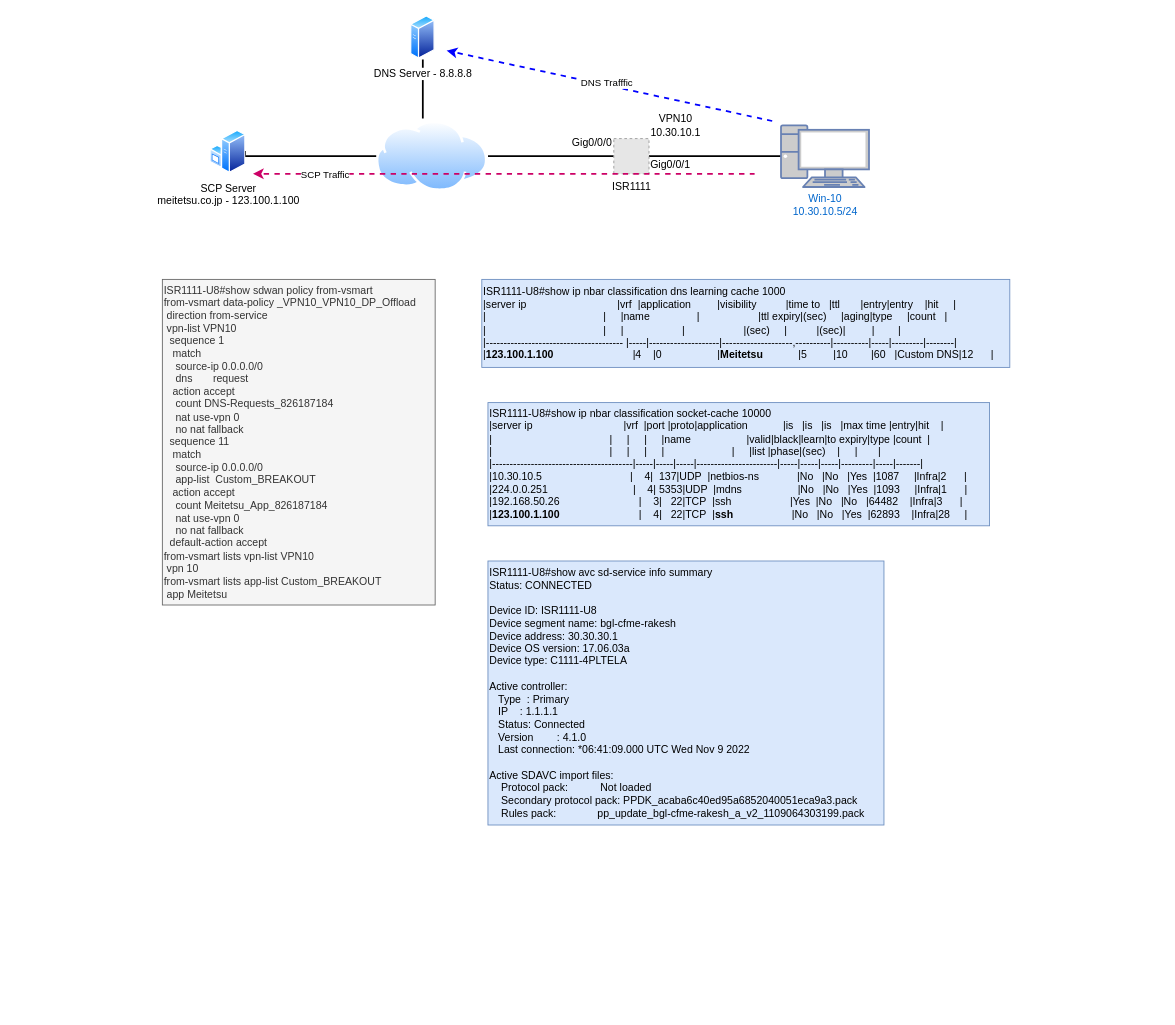
rakeshchhikara/network-automation keeps this draw.io diagram as DIA topology LAB.drawio. Above is the earlier version. Source tidied: cells renumbered, new cells numbered last; positions are measured from the earlier drawing's top-left corner, leaving out a move shared by most shapes. Both pictures are drawn from the tidied source at 88%, with x=0, y=0 at pixel (162, 15). Pictures stored in the file or linked from it are replaced by grey dashed boxes.
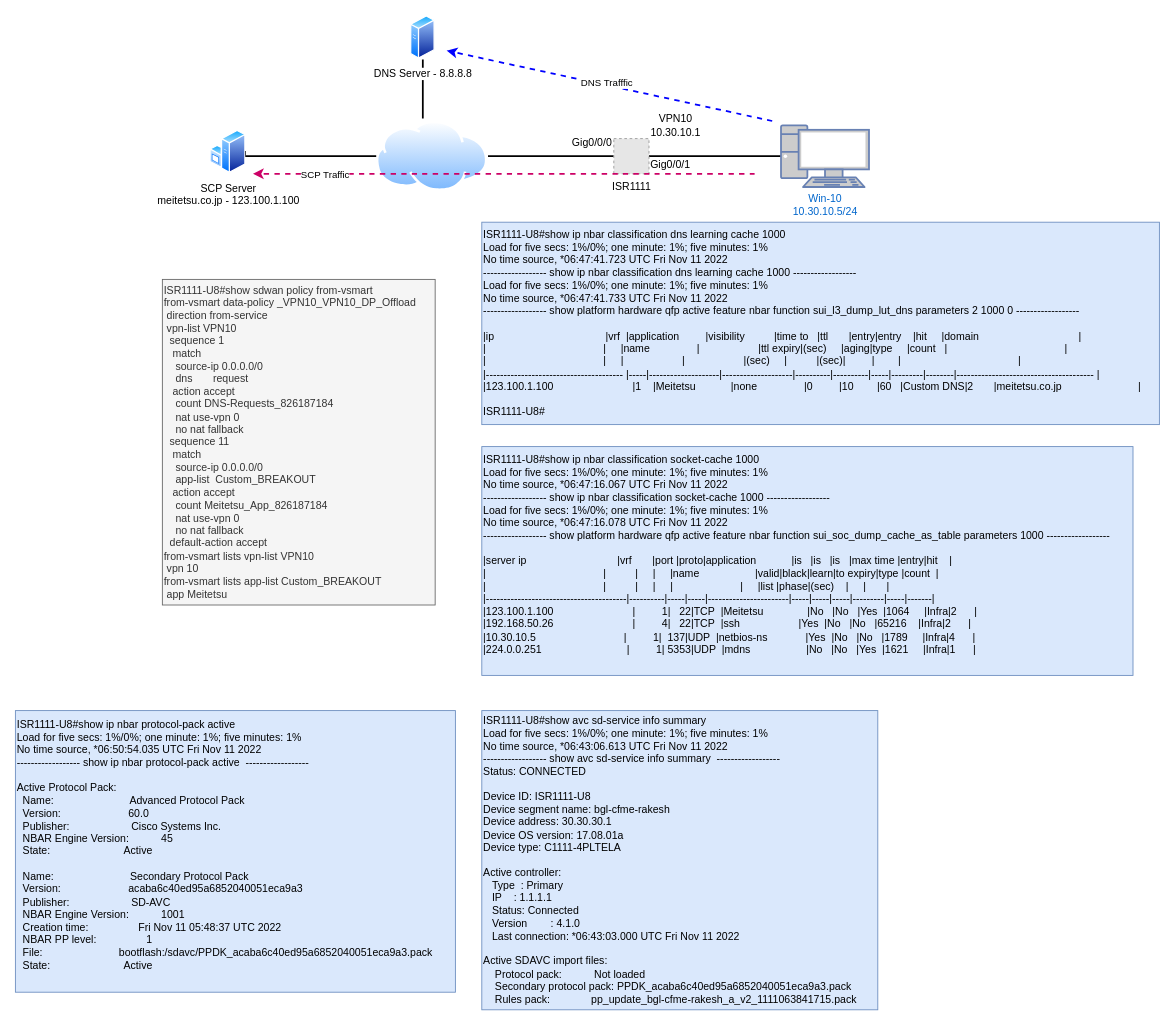
After the change.

What changed in the source:
```diff
@@
-    <mxCell id="20" value="&lt;div&gt;ISR1111-U8#show ip nbar classification dns learning cache 1000&lt;/div&gt;&lt;div&gt;|server ip&amp;nbsp; &amp;nbsp; &amp;nbsp; &amp;nbsp; &amp;nbsp; &amp;nbsp; &amp;nbsp; &amp;nbsp; &amp;nbsp; &amp;nbsp; &amp;nbsp; &amp;nbsp; &amp;nbsp; &amp;nbsp; &amp;nbsp; &amp;nbsp;|vrf&amp;nbsp; |application&amp;nbsp; &amp;nbsp; &amp;nbsp; &amp;nbsp; &amp;nbsp;|visibility&amp;nbsp; &amp;nbsp; &amp;nbsp; &amp;nbsp; &amp;nbsp; |time to&amp;nbsp; &amp;nbsp;|ttl&amp;nbsp; &amp;nbsp; &amp;nbsp; &amp;nbsp;|entry|entry&amp;nbsp; &amp;nbsp; |hit&amp;nbsp; &amp;nbsp; &amp;nbsp;|&lt;/div&gt;&lt;div&gt;|&amp;nbsp; &amp;nbsp; &amp;nbsp; &amp;nbsp; &amp;nbsp; &amp;nbsp; &amp;nbsp; &amp;nbsp; &amp;nbsp; &amp;nbsp; &amp;nbsp; &amp;nbsp; &amp;nbsp; &amp;nbsp; &amp;nbsp; &amp;nbsp; &amp;nbsp; &amp;nbsp; &amp;nbsp; &amp;nbsp; |&amp;nbsp; &amp;nbsp; &amp;nbsp;|name&amp;nbsp; &amp;nbsp; &amp;nbsp; &amp;nbsp; &amp;nbsp; &amp;nbsp; &amp;nbsp; &amp;nbsp; |&amp;nbsp; &amp;nbsp; &amp;nbsp; &amp;nbsp; &amp;nbsp; &amp;nbsp; &amp;nbsp; &amp;nbsp; &amp;nbsp; &amp;nbsp; |ttl expiry|(sec)&amp;nbsp; &amp;nbsp; &amp;nbsp;|aging|type&amp;nbsp; &amp;nbsp; &amp;nbsp;|count&amp;nbsp; &amp;nbsp;|&lt;/div&gt;&lt;div&gt;|&amp;nbsp; &amp;nbsp; &amp;nbsp; &amp;nbsp; &amp;nbsp; &amp;nbsp; &amp;nbsp; &amp;nbsp; &amp;nbsp; &amp;nbsp; &amp;nbsp; &amp;nbsp; &amp;nbsp; &amp;nbsp; &amp;nbsp; &amp;nbsp; &amp;nbsp; &amp;nbsp; &amp;nbsp; &amp;nbsp; |&amp;nbsp; &amp;nbsp; &amp;nbsp;|&amp;nbsp; &amp;nbsp; &amp;nbsp; &amp;nbsp; &amp;nbsp; &amp;nbsp; &amp;nbsp; &amp;nbsp; &amp;nbsp; &amp;nbsp; |&amp;nbsp; &amp;nbsp; &amp;nbsp; &amp;nbsp; &amp;nbsp; &amp;nbsp; &amp;nbsp; &amp;nbsp; &amp;nbsp; &amp;nbsp; |(sec)&amp;nbsp; &amp;nbsp; &amp;nbsp;|&amp;nbsp; &amp;nbsp; &amp;nbsp; &amp;nbsp; &amp;nbsp; |(sec)|&amp;nbsp; &amp;nbsp; &amp;nbsp; &amp;nbsp; &amp;nbsp;|&amp;nbsp; &amp;nbsp; &amp;nbsp; &amp;nbsp; |&lt;/div&gt;&lt;div&gt;|--------------------------------------- |-----|--------------------|--------------------,----------|----------|-----|---------|--------|&lt;/div&gt;&lt;div&gt;|&lt;b&gt;123.100.1.100&lt;/b&gt;&amp;nbsp; &amp;nbsp; &amp;nbsp; &amp;nbsp; &amp;nbsp; &amp;nbsp; &amp;nbsp; &amp;nbsp; &amp;nbsp; &amp;nbsp; &amp;nbsp; &amp;nbsp; &amp;nbsp; &amp;nbsp;|4&amp;nbsp; &amp;nbsp; |0&amp;nbsp; &amp;nbsp; &amp;nbsp; &amp;nbsp; &amp;nbsp; &amp;nbsp; &amp;nbsp; &amp;nbsp; &amp;nbsp; &amp;nbsp;|&lt;b&gt;Meitetsu&lt;/b&gt;&amp;nbsp; &amp;nbsp; &amp;nbsp; &amp;nbsp; &amp;nbsp; &amp;nbsp; |5&amp;nbsp; &amp;nbsp; &amp;nbsp; &amp;nbsp; &amp;nbsp;|10&amp;nbsp; &amp;nbsp; &amp;nbsp; &amp;nbsp; |60&amp;nbsp; &amp;nbsp;|Custom DNS|12&amp;nbsp; &amp;nbsp; &amp;nbsp; |&lt;/div&gt;" style="text;html=1;align=left;verticalAlign=middle;strokeColor=#6c8ebf;fillColor=#dae8fc;" parent="1" vertex="1">
-      <mxGeometry x="363" y="300" width="600" height="100" as="geometry" />
+    <mxCell id="20" value="&lt;div&gt;ISR1111-U8#show ip nbar classification dns learning cache 1000&lt;/div&gt;&lt;div&gt;Load for five secs: 1%/0%; one minute: 1%; five minutes: 1%&lt;/div&gt;&lt;div&gt;No time source, *06:47:41.723 UTC Fri Nov 11 2022&lt;/div&gt;&lt;div&gt;------------------ show ip nbar classification dns learning cache 1000 ------------------&lt;/div&gt;&lt;div&gt;Load for five secs: 1%/0%; one minute: 1%; five minutes: 1%&lt;/div&gt;&lt;div&gt;No time source, *06:47:41.733 UTC Fri Nov 11 2022&lt;/div&gt;&lt;div&gt;------------------ show platform hardware qfp active feature nbar function sui_l3_dump_lut_dns parameters 2 1000 0 ------------------&lt;/div&gt;&lt;div&gt;&lt;br&gt;&lt;/div&gt;&lt;div&gt;|ip&amp;nbsp; &amp;nbsp; &amp;nbsp; &amp;nbsp; &amp;nbsp; &amp;nbsp; &amp;nbsp; &amp;nbsp; &amp;nbsp; &amp;nbsp; &amp;nbsp; &amp;nbsp; &amp;nbsp; &amp;nbsp; &amp;nbsp; &amp;nbsp; &amp;nbsp; &amp;nbsp; &amp;nbsp; |vrf&amp;nbsp; |application&amp;nbsp; &amp;nbsp; &amp;nbsp; &amp;nbsp; &amp;nbsp;|visibility&amp;nbsp; &amp;nbsp; &amp;nbsp; &amp;nbsp; &amp;nbsp; |time to&amp;nbsp; &amp;nbsp;|ttl&amp;nbsp; &amp;nbsp; &amp;nbsp; &amp;nbsp;|entry|entry&amp;nbsp; &amp;nbsp; |hit&amp;nbsp; &amp;nbsp; &amp;nbsp;|domain&amp;nbsp; &amp;nbsp; &amp;nbsp; &amp;nbsp; &amp;nbsp; &amp;nbsp; &amp;nbsp; &amp;nbsp; &amp;nbsp; &amp;nbsp; &amp;nbsp; &amp;nbsp; &amp;nbsp; &amp;nbsp; &amp;nbsp; &amp;nbsp; &amp;nbsp; |&lt;/div&gt;&lt;div&gt;|&amp;nbsp; &amp;nbsp; &amp;nbsp; &amp;nbsp; &amp;nbsp; &amp;nbsp; &amp;nbsp; &amp;nbsp; &amp;nbsp; &amp;nbsp; &amp;nbsp; &amp;nbsp; &amp;nbsp; &amp;nbsp; &amp;nbsp; &amp;nbsp; &amp;nbsp; &amp;nbsp; &amp;nbsp; &amp;nbsp; |&amp;nbsp; &amp;nbsp; &amp;nbsp;|name&amp;nbsp; &amp;nbsp; &amp;nbsp; &amp;nbsp; &amp;nbsp; &amp;nbsp; &amp;nbsp; &amp;nbsp; |&amp;nbsp; &amp;nbsp; &amp;nbsp; &amp;nbsp; &amp;nbsp; &amp;nbsp; &amp;nbsp; &amp;nbsp; &amp;nbsp; &amp;nbsp; |ttl expiry|(sec)&amp;nbsp; &amp;nbsp; &amp;nbsp;|aging|type&amp;nbsp; &amp;nbsp; &amp;nbsp;|count&amp;nbsp; &amp;nbsp;|&amp;nbsp; &amp;nbsp; &amp;nbsp; &amp;nbsp; &amp;nbsp; &amp;nbsp; &amp;nbsp; &amp;nbsp; &amp;nbsp; &amp;nbsp; &amp;nbsp; &amp;nbsp; &amp;nbsp; &amp;nbsp; &amp;nbsp; &amp;nbsp; &amp;nbsp; &amp;nbsp; &amp;nbsp; &amp;nbsp; |&lt;/div&gt;&lt;div&gt;|&amp;nbsp; &amp;nbsp; &amp;nbsp; &amp;nbsp; &amp;nbsp; &amp;nbsp; &amp;nbsp; &amp;nbsp; &amp;nbsp; &amp;nbsp; &amp;nbsp; &amp;nbsp; &amp;nbsp; &amp;nbsp; &amp;nbsp; &amp;nbsp; &amp;nbsp; &amp;nbsp; &amp;nbsp; &amp;nbsp; |&amp;nbsp; &amp;nbsp; &amp;nbsp;|&amp;nbsp; &amp;nbsp; &amp;nbsp; &amp;nbsp; &amp;nbsp; &amp;nbsp; &amp;nbsp; &amp;nbsp; &amp;nbsp; &amp;nbsp; |&amp;nbsp; &amp;nbsp; &amp;nbsp; &amp;nbsp; &amp;nbsp; &amp;nbsp; &amp;nbsp; &amp;nbsp; &amp;nbsp; &amp;nbsp; |(sec)&amp;nbsp; &amp;nbsp; &amp;nbsp;|&amp;nbsp; &amp;nbsp; &amp;nbsp; &amp;nbsp; &amp;nbsp; |(sec)|&amp;nbsp; &amp;nbsp; &amp;nbsp; &amp;nbsp; &amp;nbsp;|&amp;nbsp; &amp;nbsp; &amp;nbsp; &amp;nbsp; |&amp;nbsp; &amp;nbsp; &amp;nbsp; &amp;nbsp; &amp;nbsp; &amp;nbsp; &amp;nbsp; &amp;nbsp; &amp;nbsp; &amp;nbsp; &amp;nbsp; &amp;nbsp; &amp;nbsp; &amp;nbsp; &amp;nbsp; &amp;nbsp; &amp;nbsp; &amp;nbsp; &amp;nbsp; &amp;nbsp; |&lt;/div&gt;&lt;div&gt;|--------------------------------------- |-----|--------------------|--------------------|----------|----------|-----|---------|--------|--------------------------------------- |&lt;/div&gt;&lt;div&gt;|123.100.1.100&amp;nbsp; &amp;nbsp; &amp;nbsp; &amp;nbsp; &amp;nbsp; &amp;nbsp; &amp;nbsp; &amp;nbsp; &amp;nbsp; &amp;nbsp; &amp;nbsp; &amp;nbsp; &amp;nbsp; &amp;nbsp;|1&amp;nbsp; &amp;nbsp; |Meitetsu&amp;nbsp; &amp;nbsp; &amp;nbsp; &amp;nbsp; &amp;nbsp; &amp;nbsp; |none&amp;nbsp; &amp;nbsp; &amp;nbsp; &amp;nbsp; &amp;nbsp; &amp;nbsp; &amp;nbsp; &amp;nbsp; |0&amp;nbsp; &amp;nbsp; &amp;nbsp; &amp;nbsp; &amp;nbsp;|10&amp;nbsp; &amp;nbsp; &amp;nbsp; &amp;nbsp; |60&amp;nbsp; &amp;nbsp;|Custom DNS|2&amp;nbsp; &amp;nbsp; &amp;nbsp; &amp;nbsp;|meitetsu.co.jp&amp;nbsp; &amp;nbsp; &amp;nbsp; &amp;nbsp; &amp;nbsp; &amp;nbsp; &amp;nbsp; &amp;nbsp; &amp;nbsp; &amp;nbsp; &amp;nbsp; &amp;nbsp; &amp;nbsp; |&lt;/div&gt;&lt;div&gt;&lt;br&gt;&lt;/div&gt;&lt;div&gt;ISR1111-U8#&lt;/div&gt;" style="text;html=1;align=left;verticalAlign=middle;strokeColor=#6c8ebf;fillColor=#dae8fc;" parent="1" vertex="1">
+      <mxGeometry x="363" y="235" width="770" height="230" as="geometry" />
     </mxCell>
-    <mxCell id="21" value="&lt;div&gt;ISR1111-U8#show ip nbar classification socket-cache 10000&lt;/div&gt;&lt;div&gt;|server ip&amp;nbsp; &amp;nbsp; &amp;nbsp; &amp;nbsp; &amp;nbsp; &amp;nbsp; &amp;nbsp; &amp;nbsp; &amp;nbsp; &amp;nbsp; &amp;nbsp; &amp;nbsp; &amp;nbsp; &amp;nbsp; &amp;nbsp; &amp;nbsp;|vrf&amp;nbsp; |port |proto|application&amp;nbsp; &amp;nbsp; &amp;nbsp; &amp;nbsp; &amp;nbsp; &amp;nbsp; |is&amp;nbsp; &amp;nbsp;|is&amp;nbsp; &amp;nbsp;|is&amp;nbsp; &amp;nbsp;|max time |entry|hit&amp;nbsp; &amp;nbsp; |&lt;/div&gt;&lt;div&gt;|&amp;nbsp; &amp;nbsp; &amp;nbsp; &amp;nbsp; &amp;nbsp; &amp;nbsp; &amp;nbsp; &amp;nbsp; &amp;nbsp; &amp;nbsp; &amp;nbsp; &amp;nbsp; &amp;nbsp; &amp;nbsp; &amp;nbsp; &amp;nbsp; &amp;nbsp; &amp;nbsp; &amp;nbsp; &amp;nbsp; |&amp;nbsp; &amp;nbsp; &amp;nbsp;|&amp;nbsp; &amp;nbsp; &amp;nbsp;|&amp;nbsp; &amp;nbsp; &amp;nbsp;|name&amp;nbsp; &amp;nbsp; &amp;nbsp; &amp;nbsp; &amp;nbsp; &amp;nbsp; &amp;nbsp; &amp;nbsp; &amp;nbsp; &amp;nbsp;|valid|black|learn|to expiry|type |count&amp;nbsp; |&lt;/div&gt;&lt;div&gt;|&amp;nbsp; &amp;nbsp; &amp;nbsp; &amp;nbsp; &amp;nbsp; &amp;nbsp; &amp;nbsp; &amp;nbsp; &amp;nbsp; &amp;nbsp; &amp;nbsp; &amp;nbsp; &amp;nbsp; &amp;nbsp; &amp;nbsp; &amp;nbsp; &amp;nbsp; &amp;nbsp; &amp;nbsp; &amp;nbsp; |&amp;nbsp; &amp;nbsp; &amp;nbsp;|&amp;nbsp; &amp;nbsp; &amp;nbsp;|&amp;nbsp; &amp;nbsp; &amp;nbsp;|&amp;nbsp; &amp;nbsp; &amp;nbsp; &amp;nbsp; &amp;nbsp; &amp;nbsp; &amp;nbsp; &amp;nbsp; &amp;nbsp; &amp;nbsp; &amp;nbsp; &amp;nbsp;|&amp;nbsp; &amp;nbsp; &amp;nbsp;|list |phase|(sec)&amp;nbsp; &amp;nbsp; |&amp;nbsp; &amp;nbsp; &amp;nbsp;|&amp;nbsp; &amp;nbsp; &amp;nbsp; &amp;nbsp;|&lt;/div&gt;&lt;div&gt;|----------------------------------------|-----|-----|-----|-----------------------|-----|-----|-----|---------|-----|-------|&lt;/div&gt;&lt;div&gt;|10.30.10.5&amp;nbsp; &amp;nbsp; &amp;nbsp; &amp;nbsp; &amp;nbsp; &amp;nbsp; &amp;nbsp; &amp;nbsp; &amp;nbsp; &amp;nbsp; &amp;nbsp; &amp;nbsp; &amp;nbsp; &amp;nbsp; &amp;nbsp; |&amp;nbsp; &amp;nbsp; 4|&amp;nbsp; 137|UDP&amp;nbsp; |netbios-ns&amp;nbsp; &amp;nbsp; &amp;nbsp; &amp;nbsp; &amp;nbsp; &amp;nbsp; &amp;nbsp;|No&amp;nbsp; &amp;nbsp;|No&amp;nbsp; &amp;nbsp;|Yes&amp;nbsp; |1087&amp;nbsp; &amp;nbsp; &amp;nbsp;|Infra|2&amp;nbsp; &amp;nbsp; &amp;nbsp; |&lt;/div&gt;&lt;div&gt;|224.0.0.251&amp;nbsp; &amp;nbsp; &amp;nbsp; &amp;nbsp; &amp;nbsp; &amp;nbsp; &amp;nbsp; &amp;nbsp; &amp;nbsp; &amp;nbsp; &amp;nbsp; &amp;nbsp; &amp;nbsp; &amp;nbsp; &amp;nbsp;|&amp;nbsp; &amp;nbsp; 4| 5353|UDP&amp;nbsp; |mdns&amp;nbsp; &amp;nbsp; &amp;nbsp; &amp;nbsp; &amp;nbsp; &amp;nbsp; &amp;nbsp; &amp;nbsp; &amp;nbsp; &amp;nbsp;|No&amp;nbsp; &amp;nbsp;|No&amp;nbsp; &amp;nbsp;|Yes&amp;nbsp; |1093&amp;nbsp; &amp;nbsp; &amp;nbsp;|Infra|1&amp;nbsp; &amp;nbsp; &amp;nbsp; |&lt;/div&gt;&lt;div&gt;|192.168.50.26&amp;nbsp; &amp;nbsp; &amp;nbsp; &amp;nbsp; &amp;nbsp; &amp;nbsp; &amp;nbsp; &amp;nbsp; &amp;nbsp; &amp;nbsp; &amp;nbsp; &amp;nbsp; &amp;nbsp; &amp;nbsp;|&amp;nbsp; &amp;nbsp; 3|&amp;nbsp; &amp;nbsp;22|TCP&amp;nbsp; |ssh&amp;nbsp; &amp;nbsp; &amp;nbsp; &amp;nbsp; &amp;nbsp; &amp;nbsp; &amp;nbsp; &amp;nbsp; &amp;nbsp; &amp;nbsp; |Yes&amp;nbsp; |No&amp;nbsp; &amp;nbsp;|No&amp;nbsp; &amp;nbsp;|64482&amp;nbsp; &amp;nbsp; |Infra|3&amp;nbsp; &amp;nbsp; &amp;nbsp; |&lt;/div&gt;&lt;div&gt;|&lt;b&gt;123.100.1.100&amp;nbsp;&lt;/b&gt; &amp;nbsp; &amp;nbsp; &amp;nbsp; &amp;nbsp; &amp;nbsp; &amp;nbsp; &amp;nbsp; &amp;nbsp; &amp;nbsp; &amp;nbsp; &amp;nbsp; &amp;nbsp; &amp;nbsp;|&amp;nbsp; &amp;nbsp; 4|&amp;nbsp; &amp;nbsp;22|TCP&amp;nbsp; |&lt;b&gt;ssh&lt;/b&gt;&amp;nbsp; &amp;nbsp; &amp;nbsp; &amp;nbsp; &amp;nbsp; &amp;nbsp; &amp;nbsp; &amp;nbsp; &amp;nbsp; &amp;nbsp; |No&amp;nbsp; &amp;nbsp;|No&amp;nbsp; &amp;nbsp;|Yes&amp;nbsp; |62893&amp;nbsp; &amp;nbsp; |Infra|28&amp;nbsp; &amp;nbsp; &amp;nbsp;|&lt;/div&gt;" style="text;html=1;align=left;verticalAlign=middle;strokeColor=#6c8ebf;fillColor=#dae8fc;" parent="1" vertex="1">
-      <mxGeometry x="370" y="440" width="570" height="140" as="geometry" />
+    <mxCell id="21" value="&lt;div&gt;ISR1111-U8#show ip nbar classification socket-cache 1000&lt;/div&gt;&lt;div&gt;Load for five secs: 1%/0%; one minute: 1%; five minutes: 1%&lt;/div&gt;&lt;div&gt;No time source, *06:47:16.067 UTC Fri Nov 11 2022&lt;/div&gt;&lt;div&gt;------------------ show ip nbar classification socket-cache 1000 ------------------&lt;/div&gt;&lt;div&gt;Load for five secs: 1%/0%; one minute: 1%; five minutes: 1%&lt;/div&gt;&lt;div&gt;No time source, *06:47:16.078 UTC Fri Nov 11 2022&lt;/div&gt;&lt;div&gt;------------------ show platform hardware qfp active feature nbar function sui_soc_dump_cache_as_table parameters 1000 ------------------&lt;/div&gt;&lt;div&gt;&lt;br&gt;&lt;/div&gt;&lt;div&gt;|server ip&amp;nbsp; &amp;nbsp; &amp;nbsp; &amp;nbsp; &amp;nbsp; &amp;nbsp; &amp;nbsp; &amp;nbsp; &amp;nbsp; &amp;nbsp; &amp;nbsp; &amp;nbsp; &amp;nbsp; &amp;nbsp; &amp;nbsp; &amp;nbsp;|vrf&amp;nbsp; &amp;nbsp; &amp;nbsp; &amp;nbsp;|port |proto|application&amp;nbsp; &amp;nbsp; &amp;nbsp; &amp;nbsp; &amp;nbsp; &amp;nbsp; |is&amp;nbsp; &amp;nbsp;|is&amp;nbsp; &amp;nbsp;|is&amp;nbsp; &amp;nbsp;|max time |entry|hit&amp;nbsp; &amp;nbsp; |&lt;/div&gt;&lt;div&gt;|&amp;nbsp; &amp;nbsp; &amp;nbsp; &amp;nbsp; &amp;nbsp; &amp;nbsp; &amp;nbsp; &amp;nbsp; &amp;nbsp; &amp;nbsp; &amp;nbsp; &amp;nbsp; &amp;nbsp; &amp;nbsp; &amp;nbsp; &amp;nbsp; &amp;nbsp; &amp;nbsp; &amp;nbsp; &amp;nbsp; |&amp;nbsp; &amp;nbsp; &amp;nbsp; &amp;nbsp; &amp;nbsp; |&amp;nbsp; &amp;nbsp; &amp;nbsp;|&amp;nbsp; &amp;nbsp; &amp;nbsp;|name&amp;nbsp; &amp;nbsp; &amp;nbsp; &amp;nbsp; &amp;nbsp; &amp;nbsp; &amp;nbsp; &amp;nbsp; &amp;nbsp; &amp;nbsp;|valid|black|learn|to expiry|type |count&amp;nbsp; |&lt;/div&gt;&lt;div&gt;|&amp;nbsp; &amp;nbsp; &amp;nbsp; &amp;nbsp; &amp;nbsp; &amp;nbsp; &amp;nbsp; &amp;nbsp; &amp;nbsp; &amp;nbsp; &amp;nbsp; &amp;nbsp; &amp;nbsp; &amp;nbsp; &amp;nbsp; &amp;nbsp; &amp;nbsp; &amp;nbsp; &amp;nbsp; &amp;nbsp; |&amp;nbsp; &amp;nbsp; &amp;nbsp; &amp;nbsp; &amp;nbsp; |&amp;nbsp; &amp;nbsp; &amp;nbsp;|&amp;nbsp; &amp;nbsp; &amp;nbsp;|&amp;nbsp; &amp;nbsp; &amp;nbsp; &amp;nbsp; &amp;nbsp; &amp;nbsp; &amp;nbsp; &amp;nbsp; &amp;nbsp; &amp;nbsp; &amp;nbsp; &amp;nbsp;|&amp;nbsp; &amp;nbsp; &amp;nbsp;|list |phase|(sec)&amp;nbsp; &amp;nbsp; |&amp;nbsp; &amp;nbsp; &amp;nbsp;|&amp;nbsp; &amp;nbsp; &amp;nbsp; &amp;nbsp;|&lt;/div&gt;&lt;div&gt;|----------------------------------------|----------|-----|-----|-----------------------|-----|-----|-----|---------|-----|-------|&lt;/div&gt;&lt;div&gt;|123.100.1.100&amp;nbsp; &amp;nbsp; &amp;nbsp; &amp;nbsp; &amp;nbsp; &amp;nbsp; &amp;nbsp; &amp;nbsp; &amp;nbsp; &amp;nbsp; &amp;nbsp; &amp;nbsp; &amp;nbsp; &amp;nbsp;|&amp;nbsp; &amp;nbsp; &amp;nbsp; &amp;nbsp; &amp;nbsp;1|&amp;nbsp; &amp;nbsp;22|TCP&amp;nbsp; |Meitetsu&amp;nbsp; &amp;nbsp; &amp;nbsp; &amp;nbsp; &amp;nbsp; &amp;nbsp; &amp;nbsp; &amp;nbsp;|No&amp;nbsp; &amp;nbsp;|No&amp;nbsp; &amp;nbsp;|Yes&amp;nbsp; |1064&amp;nbsp; &amp;nbsp; &amp;nbsp;|Infra|2&amp;nbsp; &amp;nbsp; &amp;nbsp; |&lt;/div&gt;&lt;div&gt;|192.168.50.26&amp;nbsp; &amp;nbsp; &amp;nbsp; &amp;nbsp; &amp;nbsp; &amp;nbsp; &amp;nbsp; &amp;nbsp; &amp;nbsp; &amp;nbsp; &amp;nbsp; &amp;nbsp; &amp;nbsp; &amp;nbsp;|&amp;nbsp; &amp;nbsp; &amp;nbsp; &amp;nbsp; &amp;nbsp;4|&amp;nbsp; &amp;nbsp;22|TCP&amp;nbsp; |ssh&amp;nbsp; &amp;nbsp; &amp;nbsp; &amp;nbsp; &amp;nbsp; &amp;nbsp; &amp;nbsp; &amp;nbsp; &amp;nbsp; &amp;nbsp; |Yes&amp;nbsp; |No&amp;nbsp; &amp;nbsp;|No&amp;nbsp; &amp;nbsp;|65216&amp;nbsp; &amp;nbsp; |Infra|2&amp;nbsp; &amp;nbsp; &amp;nbsp; |&lt;/div&gt;&lt;div&gt;|10.30.10.5&amp;nbsp; &amp;nbsp; &amp;nbsp; &amp;nbsp; &amp;nbsp; &amp;nbsp; &amp;nbsp; &amp;nbsp; &amp;nbsp; &amp;nbsp; &amp;nbsp; &amp;nbsp; &amp;nbsp; &amp;nbsp; &amp;nbsp; |&amp;nbsp; &amp;nbsp; &amp;nbsp; &amp;nbsp; &amp;nbsp;1|&amp;nbsp; 137|UDP&amp;nbsp; |netbios-ns&amp;nbsp; &amp;nbsp; &amp;nbsp; &amp;nbsp; &amp;nbsp; &amp;nbsp; &amp;nbsp;|Yes&amp;nbsp; |No&amp;nbsp; &amp;nbsp;|No&amp;nbsp; &amp;nbsp;|1789&amp;nbsp; &amp;nbsp; &amp;nbsp;|Infra|4&amp;nbsp; &amp;nbsp; &amp;nbsp; |&lt;/div&gt;&lt;div&gt;|224.0.0.251&amp;nbsp; &amp;nbsp; &amp;nbsp; &amp;nbsp; &amp;nbsp; &amp;nbsp; &amp;nbsp; &amp;nbsp; &amp;nbsp; &amp;nbsp; &amp;nbsp; &amp;nbsp; &amp;nbsp; &amp;nbsp; &amp;nbsp;|&amp;nbsp; &amp;nbsp; &amp;nbsp; &amp;nbsp; &amp;nbsp;1| 5353|UDP&amp;nbsp; |mdns&amp;nbsp; &amp;nbsp; &amp;nbsp; &amp;nbsp; &amp;nbsp; &amp;nbsp; &amp;nbsp; &amp;nbsp; &amp;nbsp; &amp;nbsp;|No&amp;nbsp; &amp;nbsp;|No&amp;nbsp; &amp;nbsp;|Yes&amp;nbsp; |1621&amp;nbsp; &amp;nbsp; &amp;nbsp;|Infra|1&amp;nbsp; &amp;nbsp; &amp;nbsp; |&lt;/div&gt;&lt;div&gt;&lt;br&gt;&lt;/div&gt;" style="text;html=1;align=left;verticalAlign=middle;strokeColor=#6c8ebf;fillColor=#dae8fc;" parent="1" vertex="1">
+      <mxGeometry x="363" y="490" width="740" height="260" as="geometry" />
     </mxCell>
-    <mxCell id="22" value="&lt;div&gt;ISR1111-U8#show avc sd-service info summary&amp;nbsp;&lt;/div&gt;&lt;div&gt;Status: CONNECTED&lt;/div&gt;&lt;div&gt;&lt;br&gt;&lt;/div&gt;&lt;div&gt;Device ID: ISR1111-U8&lt;/div&gt;&lt;div&gt;Device segment name: bgl-cfme-rakesh&amp;nbsp;&lt;/div&gt;&lt;div&gt;Device address: 30.30.30.1&lt;/div&gt;&lt;div&gt;Device OS version: 17.06.03a&lt;/div&gt;&lt;div&gt;Device type: C1111-4PLTELA&lt;/div&gt;&lt;div&gt;&lt;br&gt;&lt;/div&gt;&lt;div&gt;Active controller:&lt;/div&gt;&lt;div&gt;&amp;nbsp; &amp;nbsp;Type&amp;nbsp; : Primary&lt;/div&gt;&lt;div&gt;&amp;nbsp; &amp;nbsp;IP&amp;nbsp; &amp;nbsp; : 1.1.1.1&lt;/div&gt;&lt;div&gt;&amp;nbsp; &amp;nbsp;Status: Connected&lt;/div&gt;&lt;div&gt;&amp;nbsp; &amp;nbsp;Version&amp;nbsp; &amp;nbsp; &amp;nbsp; &amp;nbsp; : 4.1.0&lt;/div&gt;&lt;div&gt;&amp;nbsp; &amp;nbsp;Last connection: *06:41:09.000 UTC Wed Nov 9 2022&lt;/div&gt;&lt;div&gt;&lt;br&gt;&lt;/div&gt;&lt;div&gt;Active SDAVC import files:&lt;/div&gt;&lt;div&gt;&amp;nbsp; &amp;nbsp; Protocol pack:&amp;nbsp; &amp;nbsp; &amp;nbsp; &amp;nbsp; &amp;nbsp; &amp;nbsp;Not loaded&lt;/div&gt;&lt;div&gt;&amp;nbsp; &amp;nbsp; Secondary protocol pack: PPDK_acaba6c40ed95a6852040051eca9a3.pack&lt;/div&gt;&lt;div&gt;&amp;nbsp; &amp;nbsp; Rules pack:&amp;nbsp; &amp;nbsp; &amp;nbsp; &amp;nbsp; &amp;nbsp; &amp;nbsp; &amp;nbsp; pp_update_bgl-cfme-rakesh_a_v2_1109064303199.pack&lt;/div&gt;" style="text;html=1;align=left;verticalAlign=middle;strokeColor=#6c8ebf;fillColor=#dae8fc;" parent="1" vertex="1">
-      <mxGeometry x="370" y="620" width="450" height="300" as="geometry" />
+    <mxCell id="22" value="&lt;div&gt;ISR1111-U8#show avc sd-service info summary&amp;nbsp;&lt;/div&gt;&lt;div&gt;Load for five secs: 1%/0%; one minute: 1%; five minutes: 1%&lt;/div&gt;&lt;div&gt;No time source, *06:43:06.613 UTC Fri Nov 11 2022&lt;/div&gt;&lt;div&gt;------------------ show avc sd-service info summary&amp;nbsp; ------------------&lt;/div&gt;&lt;div&gt;Status: CONNECTED&lt;/div&gt;&lt;div&gt;&lt;br&gt;&lt;/div&gt;&lt;div&gt;Device ID: ISR1111-U8&lt;/div&gt;&lt;div&gt;Device segment name: bgl-cfme-rakesh&amp;nbsp;&lt;/div&gt;&lt;div&gt;Device address: 30.30.30.1&lt;/div&gt;&lt;div&gt;Device OS version: 17.08.01a&lt;/div&gt;&lt;div&gt;Device type: C1111-4PLTELA&lt;/div&gt;&lt;div&gt;&lt;br&gt;&lt;/div&gt;&lt;div&gt;Active controller:&lt;/div&gt;&lt;div&gt;&amp;nbsp; &amp;nbsp;Type&amp;nbsp; : Primary&lt;/div&gt;&lt;div&gt;&amp;nbsp; &amp;nbsp;IP&amp;nbsp; &amp;nbsp; : 1.1.1.1&lt;/div&gt;&lt;div&gt;&amp;nbsp; &amp;nbsp;Status: Connected&lt;/div&gt;&lt;div&gt;&amp;nbsp; &amp;nbsp;Version&amp;nbsp; &amp;nbsp; &amp;nbsp; &amp;nbsp; : 4.1.0&lt;/div&gt;&lt;div&gt;&amp;nbsp; &amp;nbsp;Last connection: *06:43:03.000 UTC Fri Nov 11 2022&lt;/div&gt;&lt;div&gt;&lt;br&gt;&lt;/div&gt;&lt;div&gt;Active SDAVC import files:&lt;/div&gt;&lt;div&gt;&amp;nbsp; &amp;nbsp; Protocol pack:&amp;nbsp; &amp;nbsp; &amp;nbsp; &amp;nbsp; &amp;nbsp; &amp;nbsp;Not loaded&lt;/div&gt;&lt;div&gt;&amp;nbsp; &amp;nbsp; Secondary protocol pack: PPDK_acaba6c40ed95a6852040051eca9a3.pack&lt;/div&gt;&lt;div&gt;&amp;nbsp; &amp;nbsp; Rules pack:&amp;nbsp; &amp;nbsp; &amp;nbsp; &amp;nbsp; &amp;nbsp; &amp;nbsp; &amp;nbsp; pp_update_bgl-cfme-rakesh_a_v2_1111063841715.pack&lt;/div&gt;" style="text;html=1;align=left;verticalAlign=middle;strokeColor=#6c8ebf;fillColor=#dae8fc;" parent="1" vertex="1">
+      <mxGeometry x="363" y="790" width="450" height="340" as="geometry" />
     </mxCell>
+    <mxCell id="23" value="&lt;div&gt;ISR1111-U8#show ip nbar protocol-pack active&lt;/div&gt;&lt;div&gt;Load for five secs: 1%/0%; one minute: 1%; five minutes: 1%&lt;/div&gt;&lt;div&gt;No time source, *06:50:54.035 UTC Fri Nov 11 2022&lt;/div&gt;&lt;div&gt;------------------ show ip nbar protocol-pack active&amp;nbsp; ------------------&lt;/div&gt;&lt;div&gt;&lt;br&gt;&lt;/div&gt;&lt;div&gt;Active Protocol Pack:&amp;nbsp;&lt;/div&gt;&lt;div&gt;&amp;nbsp; Name:&amp;nbsp; &amp;nbsp; &amp;nbsp; &amp;nbsp; &amp;nbsp; &amp;nbsp; &amp;nbsp; &amp;nbsp; &amp;nbsp; &amp;nbsp; &amp;nbsp; &amp;nbsp; &amp;nbsp; Advanced Protocol Pack&lt;/div&gt;&lt;div&gt;&amp;nbsp; Version:&amp;nbsp; &amp;nbsp; &amp;nbsp; &amp;nbsp; &amp;nbsp; &amp;nbsp; &amp;nbsp; &amp;nbsp; &amp;nbsp; &amp;nbsp; &amp;nbsp; &amp;nbsp;60.0&lt;/div&gt;&lt;div&gt;&amp;nbsp; Publisher:&amp;nbsp; &amp;nbsp; &amp;nbsp; &amp;nbsp; &amp;nbsp; &amp;nbsp; &amp;nbsp; &amp;nbsp; &amp;nbsp; &amp;nbsp; &amp;nbsp;Cisco Systems Inc.&lt;/div&gt;&lt;div&gt;&amp;nbsp; NBAR Engine Version:&amp;nbsp; &amp;nbsp; &amp;nbsp; &amp;nbsp; &amp;nbsp; &amp;nbsp;45&lt;/div&gt;&lt;div&gt;&amp;nbsp; State:&amp;nbsp; &amp;nbsp; &amp;nbsp; &amp;nbsp; &amp;nbsp; &amp;nbsp; &amp;nbsp; &amp;nbsp; &amp;nbsp; &amp;nbsp; &amp;nbsp; &amp;nbsp; &amp;nbsp;Active&lt;/div&gt;&lt;div&gt;&lt;br&gt;&lt;/div&gt;&lt;div&gt;&amp;nbsp; Name:&amp;nbsp; &amp;nbsp; &amp;nbsp; &amp;nbsp; &amp;nbsp; &amp;nbsp; &amp;nbsp; &amp;nbsp; &amp;nbsp; &amp;nbsp; &amp;nbsp; &amp;nbsp; &amp;nbsp; Secondary Protocol Pack&lt;/div&gt;&lt;div&gt;&amp;nbsp; Version:&amp;nbsp; &amp;nbsp; &amp;nbsp; &amp;nbsp; &amp;nbsp; &amp;nbsp; &amp;nbsp; &amp;nbsp; &amp;nbsp; &amp;nbsp; &amp;nbsp; &amp;nbsp;acaba6c40ed95a6852040051eca9a3&lt;/div&gt;&lt;div&gt;&amp;nbsp; Publisher:&amp;nbsp; &amp;nbsp; &amp;nbsp; &amp;nbsp; &amp;nbsp; &amp;nbsp; &amp;nbsp; &amp;nbsp; &amp;nbsp; &amp;nbsp; &amp;nbsp;SD-AVC&lt;/div&gt;&lt;div&gt;&amp;nbsp; NBAR Engine Version:&amp;nbsp; &amp;nbsp; &amp;nbsp; &amp;nbsp; &amp;nbsp; &amp;nbsp;1001&lt;/div&gt;&lt;div&gt;&amp;nbsp; Creation time:&amp;nbsp; &amp;nbsp; &amp;nbsp; &amp;nbsp; &amp;nbsp; &amp;nbsp; &amp;nbsp; &amp;nbsp; &amp;nbsp;Fri Nov 11 05:48:37 UTC 2022&lt;/div&gt;&lt;div&gt;&amp;nbsp; NBAR PP level:&amp;nbsp; &amp;nbsp; &amp;nbsp; &amp;nbsp; &amp;nbsp; &amp;nbsp; &amp;nbsp; &amp;nbsp; &amp;nbsp;1&lt;/div&gt;&lt;div&gt;&amp;nbsp; File:&amp;nbsp; &amp;nbsp; &amp;nbsp; &amp;nbsp; &amp;nbsp; &amp;nbsp; &amp;nbsp; &amp;nbsp; &amp;nbsp; &amp;nbsp; &amp;nbsp; &amp;nbsp; &amp;nbsp; bootflash:/sdavc/PPDK_acaba6c40ed95a6852040051eca9a3.pack&lt;/div&gt;&lt;div&gt;&amp;nbsp; State:&amp;nbsp; &amp;nbsp; &amp;nbsp; &amp;nbsp; &amp;nbsp; &amp;nbsp; &amp;nbsp; &amp;nbsp; &amp;nbsp; &amp;nbsp; &amp;nbsp; &amp;nbsp; &amp;nbsp;Active&lt;/div&gt;&lt;div&gt;&lt;br&gt;&lt;/div&gt;" style="text;html=1;align=left;verticalAlign=middle;strokeColor=#6c8ebf;fillColor=#dae8fc;shadow=0;" parent="1" vertex="1">
+      <mxGeometry x="-167" y="790" width="500" height="320" as="geometry" />
+    </mxCell>
```
